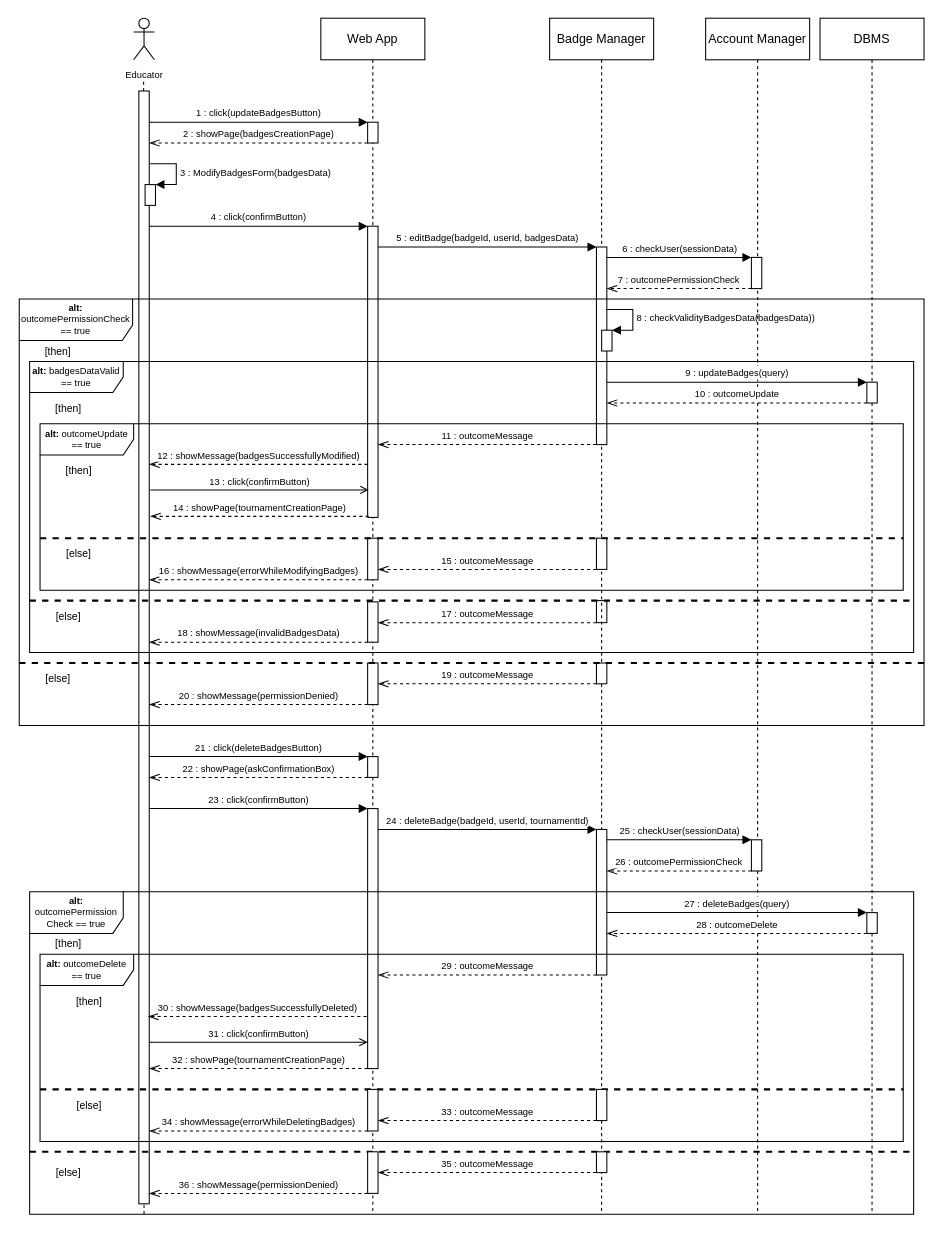
Earlier version of the draw.io diagram DDwip/ExtraFiles/Sequence/Sequence5DD.drawio (francescospangaro/SpangaroTosettiRiccardi). Source tidied: cells renumbered, new cells numbered last; positions are measured from the earlier drawing's top-left corner, leaving out a move shared by most shapes. Both pictures are drawn from the tidied source at 104%, with x=0, y=0 at pixel (19, 18).
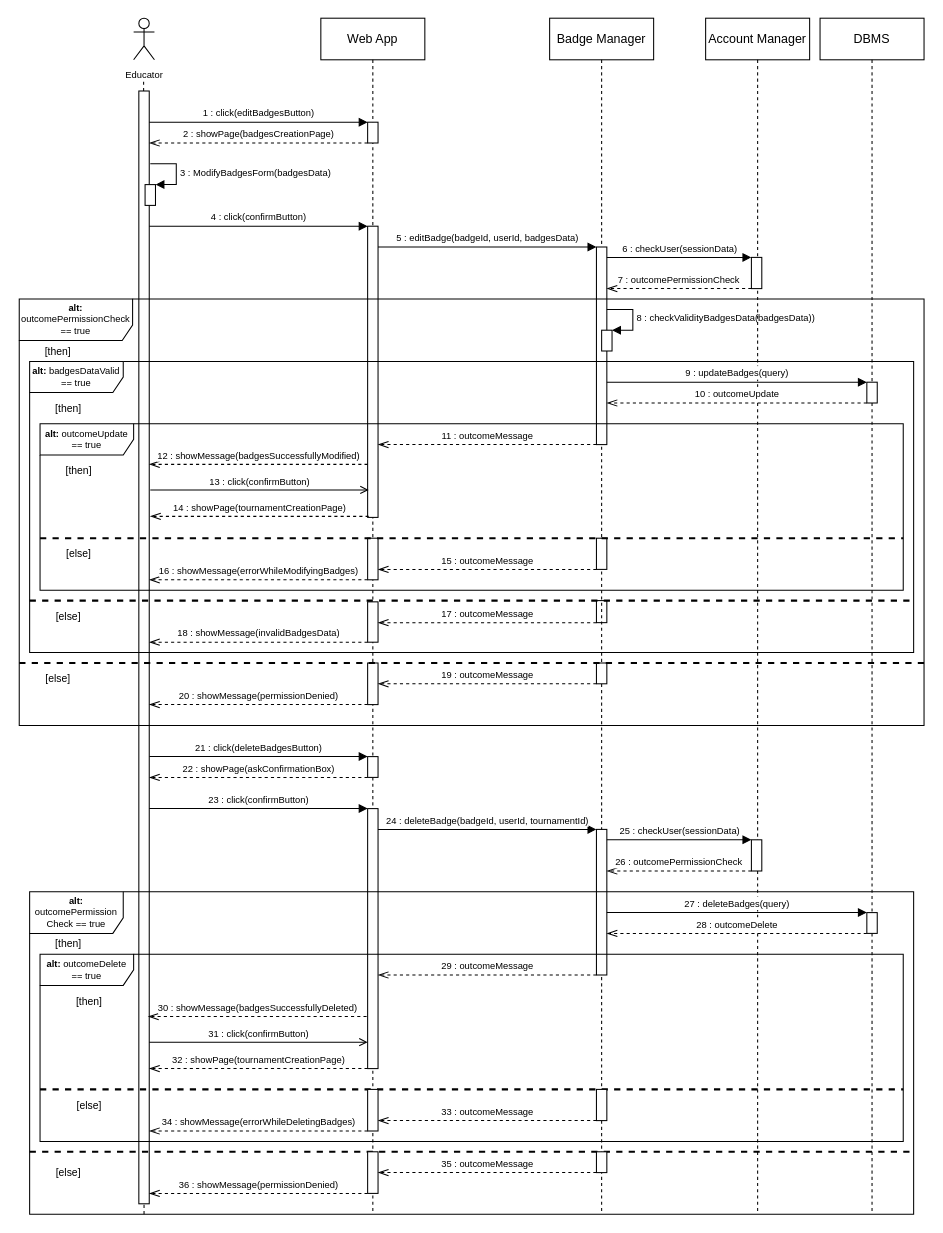
The same diagram, later.

Unchanged cells that the change refers to:
```xml
<mxCell id="24" style="html=1;points=[];perimeter=orthogonalPerimeter;outlineConnect=0;targetShapes=umlLifeline;portConstraint=eastwest;newEdgeStyle={&quot;edgeStyle&quot;:&quot;elbowEdgeStyle&quot;,&quot;elbow&quot;:&quot;vertical&quot;,&quot;curved&quot;:0,&quot;rounded&quot;:0};" parent="1" vertex="1">
  <mxGeometry x="115" y="70" width="10" height="1070" as="geometry" />
</mxCell>
```

Change to the diagram source:
```diff
@@
-    <mxCell id="25" value="&lt;font style=&quot;font-size: 9px;&quot;&gt;1 : click(updateBadgesButton)&lt;/font&gt;" style="html=1;verticalAlign=bottom;endArrow=block;edgeStyle=elbowEdgeStyle;elbow=vertical;curved=0;rounded=0;" parent="1" edge="1" source="24">
+    <mxCell id="25" value="&lt;font style=&quot;font-size: 9px;&quot;&gt;1 : click(editBadgesButton)&lt;/font&gt;" style="html=1;verticalAlign=bottom;endArrow=block;edgeStyle=elbowEdgeStyle;elbow=vertical;curved=0;rounded=0;" parent="1" edge="1" source="24">
       <mxGeometry relative="1" as="geometry">
         <mxPoint x="335" y="100" as="targetPoint" />
         <Array as="points">
           <mxPoint x="230" y="100" />
         </Array>
       </mxGeometry>
     </mxCell>
```
